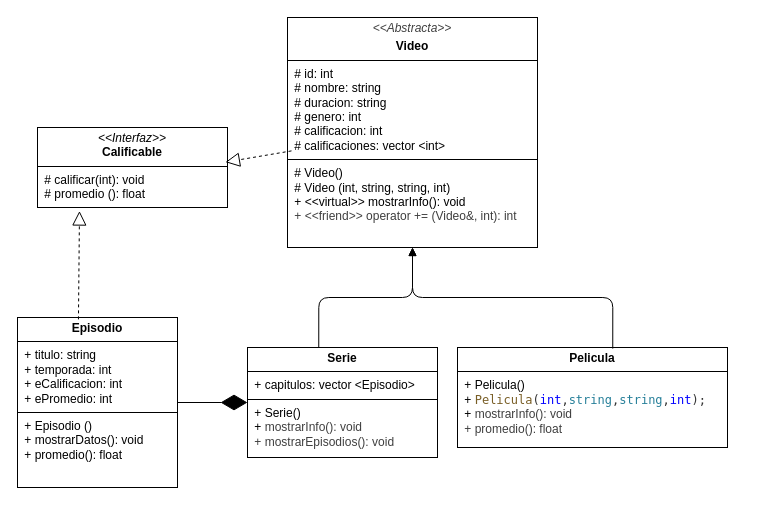
This is uml.drawio from a01803027/ProyectofinalRegiJin, a draw.io file, before an edit. Source tidied: cells renumbered, new cells numbered last; positions are measured from the earlier drawing's top-left corner, leaving out a move shared by most shapes. Both pictures are drawn from the tidied source at 100%, with x=0, y=0 at pixel (17, 17).
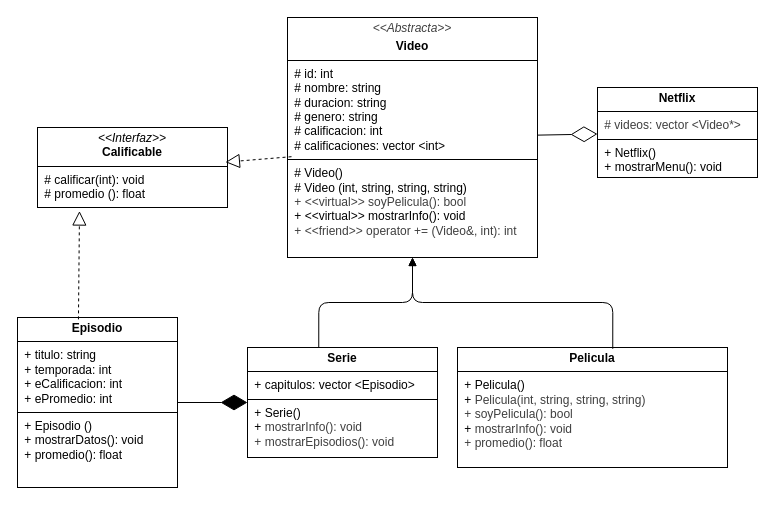
The same diagram, later.

Diff of the diagram source:
```diff
@@
 <mxGraphModel>
   <root>
     <mxCell id="0" />
     <mxCell id="1" parent="0" />
     <mxCell id="2" value="&lt;p style=&quot;margin:0px;margin-top:4px;text-align:center;&quot;&gt;&lt;i&gt;&amp;lt;&amp;lt;Interfaz&amp;gt;&amp;gt;&lt;/i&gt;&lt;br&gt;&lt;b&gt;Calificable&lt;/b&gt;&lt;/p&gt;&lt;hr size=&quot;1&quot; style=&quot;border-style:solid;&quot;&gt;&lt;p style=&quot;margin:0px;margin-left:4px;&quot;&gt;&amp;nbsp;# calificar(int): void&lt;br&gt;&amp;nbsp;# promedio (): float&lt;/p&gt;" style="verticalAlign=top;align=left;overflow=fill;html=1;whiteSpace=wrap;" parent="1" vertex="1">
       <mxGeometry x="20" y="110" width="190" height="80" as="geometry" />
     </mxCell>
-    <mxCell id="3" value="&lt;p style=&quot;margin:0px;margin-top:4px;text-align:center;&quot;&gt;&lt;i style=&quot;background-color: transparent; color: rgb(63, 63, 63); scrollbar-color: light-dark(#e2e2e2, #4b4b4b)&lt;br/&gt;&#9;&#9;&#9;&#9;&#9;light-dark(#fbfbfb, var(--dark-panel-color));&quot;&gt;&amp;lt;&amp;lt;Abstracta&amp;gt;&amp;gt;&lt;/i&gt;&lt;/p&gt;&lt;p style=&quot;margin:0px;margin-top:4px;text-align:center;&quot;&gt;&lt;b&gt;Video&lt;/b&gt;&lt;/p&gt;&lt;hr size=&quot;1&quot; style=&quot;border-style:solid;&quot;&gt;&lt;p style=&quot;margin:0px;margin-left:4px;&quot;&gt;&amp;nbsp;# id: int&lt;/p&gt;&lt;p style=&quot;margin:0px;margin-left:4px;&quot;&gt;&amp;nbsp;# nombre: string&lt;/p&gt;&lt;p style=&quot;margin:0px;margin-left:4px;&quot;&gt;&amp;nbsp;# duracion: string&lt;/p&gt;&lt;p style=&quot;margin:0px;margin-left:4px;&quot;&gt;&amp;nbsp;# genero: int&lt;/p&gt;&lt;p style=&quot;margin:0px;margin-left:4px;&quot;&gt;&amp;nbsp;# calificacion: int&lt;/p&gt;&lt;p style=&quot;margin:0px;margin-left:4px;&quot;&gt;&amp;nbsp;# calificaciones: vector &amp;lt;int&amp;gt;&lt;/p&gt;&lt;hr size=&quot;1&quot; style=&quot;border-style:solid;&quot;&gt;&lt;p style=&quot;margin:0px;margin-left:4px;&quot;&gt;&amp;nbsp;# Video()&lt;/p&gt;&lt;p style=&quot;margin:0px;margin-left:4px;&quot;&gt;&amp;nbsp;# Video (int, string, string, int)&lt;/p&gt;&lt;p style=&quot;margin:0px;margin-left:4px;&quot;&gt;&amp;nbsp;+ &amp;lt;&amp;lt;virtual&amp;gt;&amp;gt; mostrarInfo(): void&lt;/p&gt;&lt;p style=&quot;margin:0px;margin-left:4px;&quot;&gt;&amp;nbsp;&lt;span style=&quot;color: rgb(63, 63, 63); background-color: transparent;&quot;&gt;+ &amp;lt;&amp;lt;friend&amp;gt;&amp;gt; operator += (Video&amp;amp;, int): int&lt;/span&gt;&lt;/p&gt;" style="verticalAlign=top;align=left;overflow=fill;html=1;whiteSpace=wrap;" parent="1" vertex="1">
-      <mxGeometry x="270" width="250" height="230" as="geometry" />
+    <mxCell id="3" value="&lt;p style=&quot;margin:0px;margin-top:4px;text-align:center;&quot;&gt;&lt;i style=&quot;background-color: transparent; color: rgb(63, 63, 63); scrollbar-color: light-dark(#e2e2e2, #4b4b4b)&lt;br/&gt;&#9;&#9;&#9;&#9;&#9;light-dark(#fbfbfb, var(--dark-panel-color));&quot;&gt;&amp;lt;&amp;lt;Abstracta&amp;gt;&amp;gt;&lt;/i&gt;&lt;/p&gt;&lt;p style=&quot;margin:0px;margin-top:4px;text-align:center;&quot;&gt;&lt;b&gt;Video&lt;/b&gt;&lt;/p&gt;&lt;hr size=&quot;1&quot; style=&quot;border-style:solid;&quot;&gt;&lt;p style=&quot;margin:0px;margin-left:4px;&quot;&gt;&amp;nbsp;# id: int&lt;/p&gt;&lt;p style=&quot;margin:0px;margin-left:4px;&quot;&gt;&amp;nbsp;# nombre: string&lt;/p&gt;&lt;p style=&quot;margin:0px;margin-left:4px;&quot;&gt;&amp;nbsp;# duracion: string&lt;/p&gt;&lt;p style=&quot;margin:0px;margin-left:4px;&quot;&gt;&amp;nbsp;# genero: string&lt;/p&gt;&lt;p style=&quot;margin:0px;margin-left:4px;&quot;&gt;&amp;nbsp;# calificacion: int&lt;/p&gt;&lt;p style=&quot;margin:0px;margin-left:4px;&quot;&gt;&amp;nbsp;# calificaciones: vector &amp;lt;int&amp;gt;&lt;/p&gt;&lt;hr size=&quot;1&quot; style=&quot;border-style:solid;&quot;&gt;&lt;p style=&quot;margin:0px;margin-left:4px;&quot;&gt;&amp;nbsp;# Video()&lt;/p&gt;&lt;p style=&quot;margin:0px;margin-left:4px;&quot;&gt;&amp;nbsp;# Video (int, string, string, string)&lt;/p&gt;&lt;p style=&quot;margin:0px;margin-left:4px;&quot;&gt;&lt;span style=&quot;color: rgb(63, 63, 63);&quot;&gt;&amp;nbsp;+ &amp;lt;&amp;lt;virtual&amp;gt;&amp;gt; soyPelicula(): bool&lt;/span&gt;&lt;br&gt;&lt;/p&gt;&lt;p style=&quot;margin:0px;margin-left:4px;&quot;&gt;&amp;nbsp;+ &amp;lt;&amp;lt;virtual&amp;gt;&amp;gt; mostrarInfo(): void&lt;/p&gt;&lt;p style=&quot;margin:0px;margin-left:4px;&quot;&gt;&amp;nbsp;&lt;span style=&quot;color: rgb(63, 63, 63); background-color: transparent;&quot;&gt;+ &amp;lt;&amp;lt;friend&amp;gt;&amp;gt; operator += (Video&amp;amp;, int): int&lt;/span&gt;&lt;/p&gt;" style="verticalAlign=top;align=left;overflow=fill;html=1;whiteSpace=wrap;" parent="1" vertex="1">
+      <mxGeometry x="270" width="250" height="240" as="geometry" />
     </mxCell>
     <mxCell id="4" value="&lt;p style=&quot;margin:0px;margin-top:4px;text-align:center;&quot;&gt;&lt;b&gt;Episodio&lt;/b&gt;&lt;/p&gt;&lt;hr size=&quot;1&quot; style=&quot;border-style:solid;&quot;&gt;&lt;p style=&quot;margin:0px;margin-left:4px;&quot;&gt;&amp;nbsp;&lt;span style=&quot;background-color: transparent;&quot;&gt;+ titulo: string&lt;/span&gt;&lt;/p&gt;&lt;p style=&quot;margin:0px;margin-left:4px;&quot;&gt;&lt;span style=&quot;background-color: transparent;&quot;&gt;&amp;nbsp;+ temporada: int&lt;/span&gt;&lt;/p&gt;&lt;p style=&quot;margin:0px;margin-left:4px;&quot;&gt;&amp;nbsp;+ eCalificacion: int&lt;/p&gt;&lt;p style=&quot;margin:0px;margin-left:4px;&quot;&gt;&amp;nbsp;+ ePromedio: int&lt;/p&gt;&lt;hr size=&quot;1&quot; style=&quot;border-style:solid;&quot;&gt;&lt;p style=&quot;margin:0px;margin-left:4px;&quot;&gt;&amp;nbsp;+ Episodio ()&lt;/p&gt;&lt;p style=&quot;margin:0px;margin-left:4px;&quot;&gt;&amp;nbsp;+ mostrarDatos(): void&lt;/p&gt;&lt;p style=&quot;margin:0px;margin-left:4px;&quot;&gt;&amp;nbsp;+ promedio(): float&lt;/p&gt;" style="verticalAlign=top;align=left;overflow=fill;html=1;whiteSpace=wrap;" parent="1" vertex="1">
       <mxGeometry y="300" width="160" height="170" as="geometry" />
     </mxCell>
     <mxCell id="5" value="&lt;p style=&quot;margin:0px;margin-top:4px;text-align:center;&quot;&gt;&lt;b&gt;Serie&lt;/b&gt;&lt;/p&gt;&lt;hr size=&quot;1&quot; style=&quot;border-style:solid;&quot;&gt;&lt;p style=&quot;margin:0px;margin-left:4px;&quot;&gt;&amp;nbsp;+ capitulos: vector &amp;lt;Episodio&amp;gt;&lt;/p&gt;&lt;hr size=&quot;1&quot; style=&quot;border-style:solid;&quot;&gt;&lt;p style=&quot;margin:0px;margin-left:4px;&quot;&gt;&amp;nbsp;+ Serie()&lt;/p&gt;&lt;p style=&quot;margin:0px;margin-left:4px;&quot;&gt;&lt;span style=&quot;background-color: transparent;&quot;&gt;&amp;nbsp;+&amp;nbsp;&lt;/span&gt;&lt;span style=&quot;background-color: transparent; color: rgb(63, 63, 63);&quot;&gt;mostrarInfo(): void&lt;/span&gt;&lt;/p&gt;&lt;p style=&quot;margin:0px;margin-left:4px;&quot;&gt;&lt;span style=&quot;background-color: transparent; color: rgb(63, 63, 63);&quot;&gt;&amp;nbsp;+ mostrarEpisodios(): void&lt;/span&gt;&lt;/p&gt;" style="verticalAlign=top;align=left;overflow=fill;html=1;whiteSpace=wrap;" parent="1" vertex="1">
       <mxGeometry x="230" y="330" width="190" height="110" as="geometry" />
     </mxCell>
-    <mxCell id="6" value="&lt;p style=&quot;margin:0px;margin-top:4px;text-align:center;&quot;&gt;&lt;b&gt;Pelicula&lt;/b&gt;&lt;/p&gt;&lt;hr size=&quot;1&quot; style=&quot;border-style:solid;&quot;&gt;&lt;p style=&quot;margin:0px;margin-left:4px;&quot;&gt;&lt;/p&gt;&lt;p style=&quot;margin:0px;margin-left:4px;&quot;&gt;&amp;nbsp;+ Pelicula()&lt;/p&gt;&lt;p style=&quot;margin:0px;margin-left:4px;&quot;&gt;&amp;nbsp;+&amp;nbsp;&lt;span style=&quot;font-family: Menlo, Monaco, &amp;quot;Courier New&amp;quot;, monospace; white-space: pre; color: rgb(121, 94, 38);&quot;&gt;Pelicula&lt;/span&gt;&lt;span style=&quot;color: rgb(51, 51, 51); font-family: Menlo, Monaco, &amp;quot;Courier New&amp;quot;, monospace; white-space: pre;&quot;&gt;(&lt;/span&gt;&lt;span style=&quot;font-family: Menlo, Monaco, &amp;quot;Courier New&amp;quot;, monospace; white-space: pre; color: rgb(0, 0, 255);&quot;&gt;int&lt;/span&gt;&lt;span style=&quot;color: rgb(51, 51, 51); font-family: Menlo, Monaco, &amp;quot;Courier New&amp;quot;, monospace; white-space: pre;&quot;&gt;,&lt;/span&gt;&lt;span style=&quot;font-family: Menlo, Monaco, &amp;quot;Courier New&amp;quot;, monospace; white-space: pre; color: rgb(38, 127, 153);&quot;&gt;string&lt;/span&gt;&lt;span style=&quot;color: rgb(51, 51, 51); font-family: Menlo, Monaco, &amp;quot;Courier New&amp;quot;, monospace; white-space: pre;&quot;&gt;,&lt;/span&gt;&lt;span style=&quot;font-family: Menlo, Monaco, &amp;quot;Courier New&amp;quot;, monospace; white-space: pre; color: rgb(38, 127, 153);&quot;&gt;string&lt;/span&gt;&lt;span style=&quot;color: rgb(51, 51, 51); font-family: Menlo, Monaco, &amp;quot;Courier New&amp;quot;, monospace; white-space: pre;&quot;&gt;,&lt;/span&gt;&lt;span style=&quot;font-family: Menlo, Monaco, &amp;quot;Courier New&amp;quot;, monospace; white-space: pre; color: rgb(0, 0, 255);&quot;&gt;int&lt;/span&gt;&lt;span style=&quot;color: rgb(51, 51, 51); font-family: Menlo, Monaco, &amp;quot;Courier New&amp;quot;, monospace; white-space: pre;&quot;&gt;);&lt;/span&gt;&lt;/p&gt;&lt;p style=&quot;margin:0px;margin-left:4px;&quot;&gt;&amp;nbsp;+&amp;nbsp;&lt;span style=&quot;color: rgb(63, 63, 63); background-color: transparent;&quot;&gt;mostrarInfo(): void&lt;/span&gt;&lt;/p&gt;&lt;p style=&quot;margin:0px;margin-left:4px;&quot;&gt;&lt;span style=&quot;color: rgb(63, 63, 63); background-color: transparent;&quot;&gt;&lt;span style=&quot;color: rgb(63, 63, 63);&quot;&gt;&amp;nbsp;+ promedio(): float&lt;/span&gt;&lt;/span&gt;&lt;/p&gt;&lt;p style=&quot;margin:0px;margin-left:4px;&quot;&gt;&lt;span style=&quot;background-color: transparent; color: rgb(63, 63, 63);&quot;&gt;&lt;/span&gt;&lt;/p&gt;&lt;p style=&quot;scrollbar-color: light-dark(#e2e2e2, #4b4b4b)&lt;br/&gt;&#9;&#9;&#9;&#9;&#9;light-dark(#fbfbfb, var(--dark-panel-color)); margin: 0px 0px 0px 4px;&quot;&gt;&lt;span style=&quot;scrollbar-color: light-dark(#e2e2e2, #4b4b4b)&lt;br/&gt;&#9;&#9;&#9;&#9;&#9;light-dark(#fbfbfb, var(--dark-panel-color)); color: rgb(63, 63, 63);&quot;&gt;&amp;nbsp;&lt;/span&gt;&lt;/p&gt;" style="verticalAlign=top;align=left;overflow=fill;html=1;whiteSpace=wrap;" parent="1" vertex="1">
-      <mxGeometry x="440" y="330" width="270" height="100" as="geometry" />
+    <mxCell id="6" value="&lt;p style=&quot;margin:0px;margin-top:4px;text-align:center;&quot;&gt;&lt;b&gt;Pelicula&lt;/b&gt;&lt;/p&gt;&lt;hr size=&quot;1&quot; style=&quot;border-style:solid;&quot;&gt;&lt;p style=&quot;margin:0px;margin-left:4px;&quot;&gt;&lt;/p&gt;&lt;p style=&quot;margin:0px;margin-left:4px;&quot;&gt;&amp;nbsp;+ Pelicula()&lt;/p&gt;&lt;p style=&quot;margin:0px;margin-left:4px;&quot;&gt;&amp;nbsp;+&amp;nbsp;&lt;span style=&quot;color: rgb(63, 63, 63); background-color: transparent;&quot;&gt;Pelicula(&lt;/span&gt;&lt;span style=&quot;color: rgb(63, 63, 63); background-color: transparent;&quot;&gt;int, string, string, string&lt;/span&gt;&lt;span style=&quot;background-color: transparent; color: rgb(63, 63, 63);&quot;&gt;)&lt;/span&gt;&lt;/p&gt;&lt;p style=&quot;margin:0px;margin-left:4px;&quot;&gt;&lt;span style=&quot;background-color: transparent; color: rgb(63, 63, 63);&quot;&gt;&amp;nbsp;+ soyPelicula(): bool&lt;br&gt;&lt;/span&gt;&lt;/p&gt;&lt;p style=&quot;margin:0px;margin-left:4px;&quot;&gt;&amp;nbsp;+&amp;nbsp;&lt;span style=&quot;color: rgb(63, 63, 63); background-color: transparent;&quot;&gt;mostrarInfo(): void&lt;/span&gt;&lt;/p&gt;&lt;p style=&quot;margin:0px;margin-left:4px;&quot;&gt;&lt;span style=&quot;color: rgb(63, 63, 63); background-color: transparent;&quot;&gt;&lt;span style=&quot;color: rgb(63, 63, 63);&quot;&gt;&amp;nbsp;+ promedio(): float&lt;/span&gt;&lt;/span&gt;&lt;/p&gt;&lt;p style=&quot;margin:0px;margin-left:4px;&quot;&gt;&lt;span style=&quot;background-color: transparent; color: rgb(63, 63, 63);&quot;&gt;&lt;/span&gt;&lt;/p&gt;&lt;p style=&quot;scrollbar-color: light-dark(#e2e2e2, #4b4b4b)&lt;br/&gt;&#9;&#9;&#9;&#9;&#9;light-dark(#fbfbfb, var(--dark-panel-color)); margin: 0px 0px 0px 4px;&quot;&gt;&lt;span style=&quot;scrollbar-color: light-dark(#e2e2e2, #4b4b4b)&lt;br/&gt;&#9;&#9;&#9;&#9;&#9;light-dark(#fbfbfb, var(--dark-panel-color)); color: rgb(63, 63, 63);&quot;&gt;&amp;nbsp;&lt;/span&gt;&lt;/p&gt;" style="verticalAlign=top;align=left;overflow=fill;html=1;whiteSpace=wrap;" parent="1" vertex="1">
+      <mxGeometry x="440" y="330" width="270" height="120" as="geometry" />
     </mxCell>
     <mxCell id="7" style="endArrow=block;dashed=1;endFill=0;endSize=12;html=1;exitX=0.381;exitY=0.011;exitDx=0;exitDy=0;entryX=0.221;entryY=1.044;entryDx=0;entryDy=0;entryPerimeter=0;exitPerimeter=0;" parent="1" edge="1" source="4" target="2">
       <mxGeometry relative="1" as="geometry" />
     </mxCell>
     <mxCell id="8" style="endArrow=block;dashed=1;endFill=0;endSize=12;html=1;entryX=0.989;entryY=0.433;entryDx=0;entryDy=0;entryPerimeter=0;exitX=0.016;exitY=0.58;exitDx=0;exitDy=0;exitPerimeter=0;" parent="1" edge="1" source="3" target="2">
       <mxGeometry relative="1" as="geometry" />
     </mxCell>
     <mxCell id="9" style="endArrow=diamondThin;endFill=1;endSize=24;html=1;exitX=1;exitY=0.5;exitDx=0;exitDy=0;entryX=0;entryY=0.5;entryDx=0;entryDy=0;" parent="1" edge="1" source="4" target="5">
       <mxGeometry relative="1" as="geometry" />
     </mxCell>
     <mxCell id="10" style="endArrow=block;endFill=1;html=1;edgeStyle=orthogonalEdgeStyle;align=left;verticalAlign=top;exitX=0.375;exitY=0;exitDx=0;exitDy=0;exitPerimeter=0;" parent="1" edge="1" source="5" target="3">
       <mxGeometry x="-1" relative="1" as="geometry" />
     </mxCell>
     <mxCell id="11" style="endArrow=block;endFill=1;html=1;edgeStyle=orthogonalEdgeStyle;align=left;verticalAlign=top;exitX=0.575;exitY=0.011;exitDx=0;exitDy=0;exitPerimeter=0;entryX=0.5;entryY=1;entryDx=0;entryDy=0;" parent="1" edge="1" source="6" target="3">
       <mxGeometry x="-1" relative="1" as="geometry" />
     </mxCell>
+    <mxCell id="12" value="&lt;p style=&quot;margin:0px;margin-top:4px;text-align:center;&quot;&gt;&lt;b&gt;Netflix&lt;/b&gt;&lt;/p&gt;&lt;hr size=&quot;1&quot; style=&quot;border-style:solid;&quot;&gt;&lt;p style=&quot;margin:0px;margin-left:4px;&quot;&gt;&lt;span style=&quot;color: rgb(63, 63, 63);&quot;&gt;&amp;nbsp;# videos: vector &amp;lt;Video*&amp;gt;&lt;/span&gt;&lt;br&gt;&lt;/p&gt;&lt;hr size=&quot;1&quot; style=&quot;border-style:solid;&quot;&gt;&lt;p style=&quot;margin:0px;margin-left:4px;&quot;&gt;&amp;nbsp;+ Netflix()&lt;/p&gt;&lt;p style=&quot;margin:0px;margin-left:4px;&quot;&gt;&amp;nbsp;+ mostrarMenu(): void&lt;/p&gt;" style="verticalAlign=top;align=left;overflow=fill;html=1;whiteSpace=wrap;" parent="1" vertex="1">
+      <mxGeometry x="580" y="70" width="160" height="90" as="geometry" />
+    </mxCell>
+    <mxCell id="13" style="endArrow=diamondThin;endFill=0;endSize=24;html=1;" parent="1" edge="1" source="3" target="12">
+      <mxGeometry relative="1" as="geometry" />
+    </mxCell>
   </root>
 </mxGraphModel>
```
